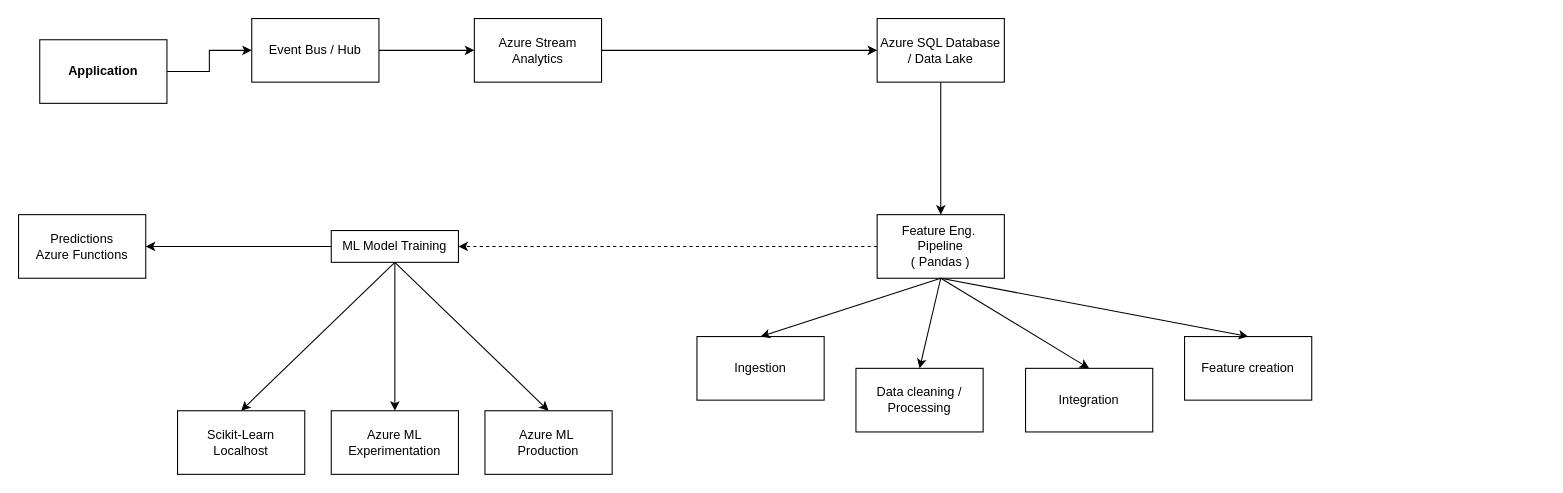
kingsley-ijomah/draw.io keeps this draw.io diagram as Untitled Diagram.drawio. Above is the earlier version. Source tidied: cells renumbered, new cells numbered last; positions are measured from the earlier drawing's top-left corner, leaving out a move shared by most shapes. Both pictures are drawn from the tidied source at 106%, with x=0, y=0 at pixel (18, 18).
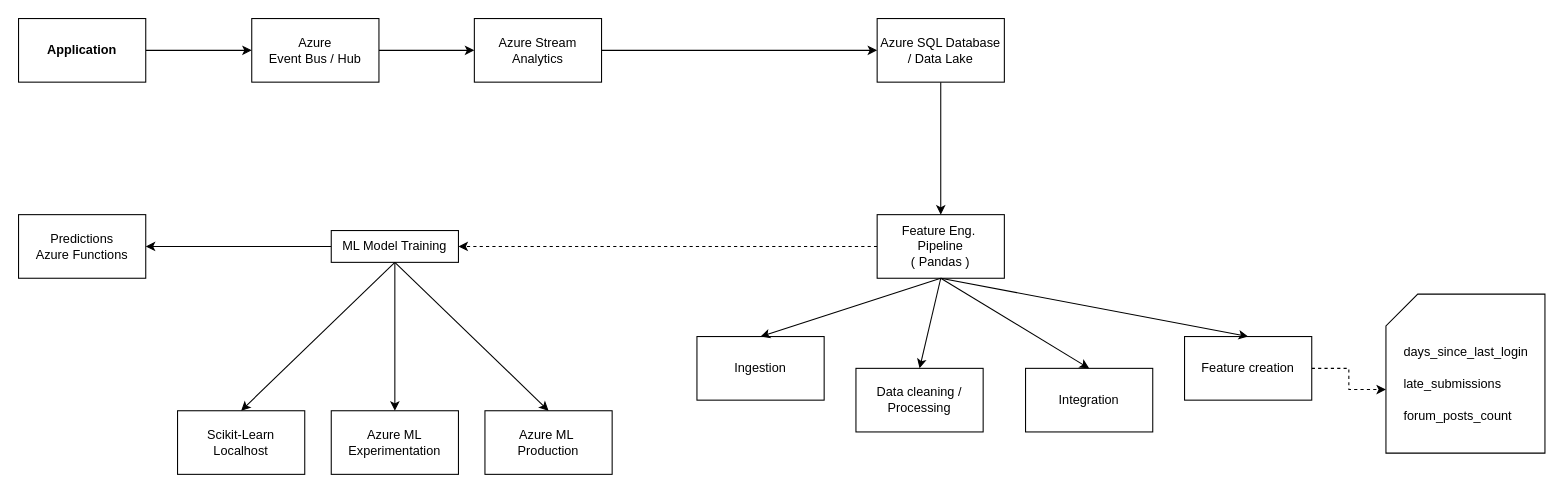
After the change.

Unchanged cells that the change refers to:
```xml
<mxCell id="21" value="Feature creation" style="rounded=0;whiteSpace=wrap;html=1;" parent="1" vertex="1">
  <mxGeometry x="1100" y="300" width="120" height="60" as="geometry" />
</mxCell>
```

Change to the diagram source:
```diff
@@
     <mxCell id="3" value="&lt;b&gt;Application&lt;/b&gt;" style="rounded=0;whiteSpace=wrap;html=1;" parent="1" vertex="1">
-      <mxGeometry x="20" y="20" width="120" height="60" as="geometry" />
+      <mxGeometry width="120" height="60" as="geometry" />
     </mxCell>
@@
-    <mxCell id="5" value="Event Bus / Hub" style="rounded=0;whiteSpace=wrap;html=1;" parent="1" vertex="1">
+    <mxCell id="5" value="&lt;div&gt;Azure&lt;/div&gt;Event Bus / Hub" style="rounded=0;whiteSpace=wrap;html=1;" parent="1" vertex="1">
       <mxGeometry x="220" width="120" height="60" as="geometry" />
     </mxCell>
@@
+    <mxCell id="29" style="edgeStyle=orthogonalEdgeStyle;rounded=0;jettySize=auto;html=1;entryX=0;entryY=0;entryDx=0;entryDy=90;entryPerimeter=0;dashed=1;" parent="1" edge="1" source="21" target="31">
+      <mxGeometry relative="1" as="geometry" />
+    </mxCell>
@@
+    <mxCell id="30" style="group;" parent="1" vertex="1">
+      <mxGeometry x="1290" y="260" width="150" height="150" as="geometry" />
+    </mxCell>
+    <mxCell id="31" style="shape=card;whiteSpace=wrap;html=1;" parent="30" vertex="1">
+      <mxGeometry width="150" height="150" as="geometry" />
+    </mxCell>
+    <mxCell id="32" value="days_since_last_login" style="text;html=1;align=left;verticalAlign=middle;whiteSpace=wrap;rounded=0;" parent="30" vertex="1">
+      <mxGeometry x="15" y="40" width="90" height="30" as="geometry" />
+    </mxCell>
+    <mxCell id="33" value="late_submissions" style="text;html=1;align=left;verticalAlign=middle;whiteSpace=wrap;rounded=0;" parent="30" vertex="1">
+      <mxGeometry x="15" y="70" width="60" height="30" as="geometry" />
+    </mxCell>
+    <mxCell id="34" value="forum_posts_count" style="text;html=1;align=left;verticalAlign=middle;whiteSpace=wrap;rounded=0;" parent="30" vertex="1">
+      <mxGeometry x="15" y="100" width="60" height="30" as="geometry" />
+    </mxCell>
```
